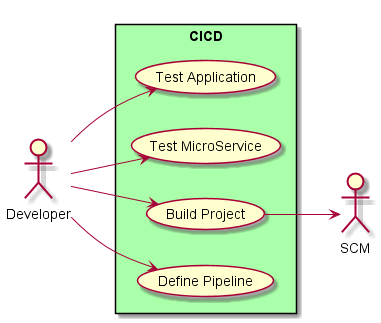
Earlier version of the PlantUML export docs/Solution/CICD/UseCases.png (CAADE/CAADE).
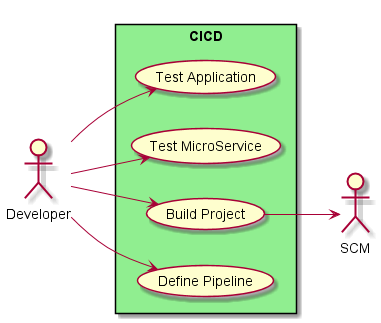
The same file after the commit.

Change to the diagram source:
```diff
@@ -4,13 +4,13 @@
 
 skinparam usecase {
   BackgroudnColor #ffffaa
-  BackgroundColor<<Main>> #aaffff
+  BackgroundColor<<Main>> #lightblue
 }
 actor :Developer: as Dev
 actor :SCM:
 
 
-rectangle "CICD" #aaffaa {
+rectangle "CICD" #lightgreen {
 UseCase UC1 as "Test Application"
 UseCase UC2 as "Test MicroService"
 UseCase UC3 as "Build Project"
```
